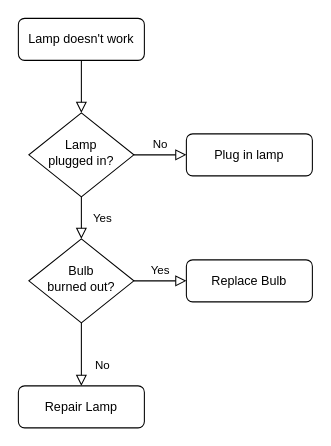
Earlier version of the draw.io diagram Untitled Diagram.drawio (delfinapinto/pmiw). Source tidied: cells renumbered, new cells numbered last; positions are measured from the earlier drawing's top-left corner, leaving out a move shared by most shapes. Both pictures are drawn from the tidied source at 105%, with x=0, y=0 at pixel (18, 18).
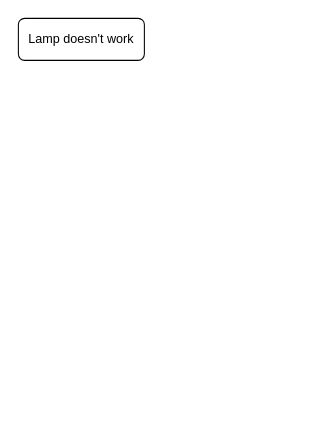
After the change.

Change to the diagram source:
```diff
@@
 <mxGraphModel>
   <root>
     <mxCell id="0" />
     <mxCell id="1" parent="0" />
-    <mxCell id="2" style="rounded=0;html=1;jettySize=auto;fontSize=11;endArrow=block;endFill=0;endSize=8;strokeWidth=1;shadow=0;labelBackgroundColor=none;edgeStyle=orthogonalEdgeStyle;" parent="1" edge="1" source="3" target="6">
-      <mxGeometry relative="1" as="geometry" />
-    </mxCell>
     <mxCell id="3" value="Lamp doesn't work" style="rounded=1;whiteSpace=wrap;html=1;fontSize=12;glass=0;strokeWidth=1;shadow=0;" parent="1" vertex="1">
       <mxGeometry width="120" height="40" as="geometry" />
     </mxCell>
-    <mxCell id="4" value="Yes" style="rounded=0;html=1;jettySize=auto;fontSize=11;endArrow=block;endFill=0;endSize=8;strokeWidth=1;shadow=0;labelBackgroundColor=none;edgeStyle=orthogonalEdgeStyle;" parent="1" edge="1" source="6" target="10">
-      <mxGeometry y="20" relative="1" as="geometry" />
-    </mxCell>
-    <mxCell id="5" value="No" style="edgeStyle=orthogonalEdgeStyle;rounded=0;html=1;jettySize=auto;fontSize=11;endArrow=block;endFill=0;endSize=8;strokeWidth=1;shadow=0;labelBackgroundColor=none;" parent="1" edge="1" source="6" target="7">
-      <mxGeometry y="10" relative="1" as="geometry" />
-    </mxCell>
-    <mxCell id="6" value="Lamp&lt;br&gt;plugged in?" style="rhombus;whiteSpace=wrap;html=1;shadow=0;fontFamily=Helvetica;fontSize=12;align=center;strokeWidth=1;spacing=6;spacingTop=-4;" parent="1" vertex="1">
-      <mxGeometry x="10" y="90" width="100" height="80" as="geometry" />
-    </mxCell>
-    <mxCell id="7" value="Plug in lamp" style="rounded=1;whiteSpace=wrap;html=1;fontSize=12;glass=0;strokeWidth=1;shadow=0;" parent="1" vertex="1">
-      <mxGeometry x="160" y="110" width="120" height="40" as="geometry" />
-    </mxCell>
-    <mxCell id="8" value="No" style="rounded=0;html=1;jettySize=auto;fontSize=11;endArrow=block;endFill=0;endSize=8;strokeWidth=1;shadow=0;labelBackgroundColor=none;edgeStyle=orthogonalEdgeStyle;" parent="1" edge="1" source="10" target="11">
-      <mxGeometry x="0.33" y="20" relative="1" as="geometry" />
-    </mxCell>
-    <mxCell id="9" value="Yes" style="edgeStyle=orthogonalEdgeStyle;rounded=0;html=1;jettySize=auto;fontSize=11;endArrow=block;endFill=0;endSize=8;strokeWidth=1;shadow=0;labelBackgroundColor=none;" parent="1" edge="1" source="10" target="12">
-      <mxGeometry y="10" relative="1" as="geometry" />
-    </mxCell>
-    <mxCell id="10" value="Bulb&lt;br&gt;burned out?" style="rhombus;whiteSpace=wrap;html=1;shadow=0;fontFamily=Helvetica;fontSize=12;align=center;strokeWidth=1;spacing=6;spacingTop=-4;" parent="1" vertex="1">
-      <mxGeometry x="10" y="210" width="100" height="80" as="geometry" />
-    </mxCell>
-    <mxCell id="11" value="Repair Lamp" style="rounded=1;whiteSpace=wrap;html=1;fontSize=12;glass=0;strokeWidth=1;shadow=0;" parent="1" vertex="1">
-      <mxGeometry y="350" width="120" height="40" as="geometry" />
-    </mxCell>
-    <mxCell id="12" value="Replace Bulb" style="rounded=1;whiteSpace=wrap;html=1;fontSize=12;glass=0;strokeWidth=1;shadow=0;" parent="1" vertex="1">
-      <mxGeometry x="160" y="230" width="120" height="40" as="geometry" />
-    </mxCell>
   </root>
 </mxGraphModel>
```
